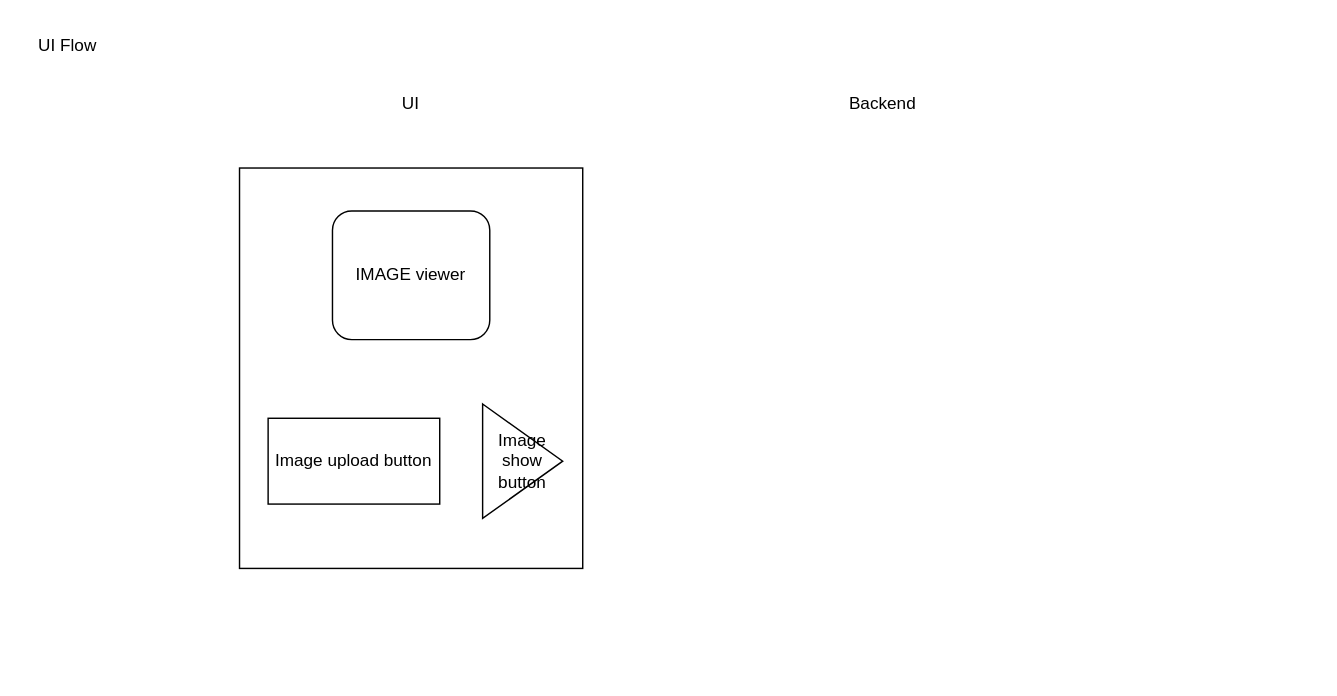
This is designx.drawio from jerryfrancis-97/designx, a draw.io file, before an edit. Source tidied: cells renumbered, new cells numbered last; positions are measured from the earlier drawing's top-left corner, leaving out a move shared by most shapes. Both pictures are drawn from the tidied source at 143%, with x=0, y=0 at pixel (24, 24).
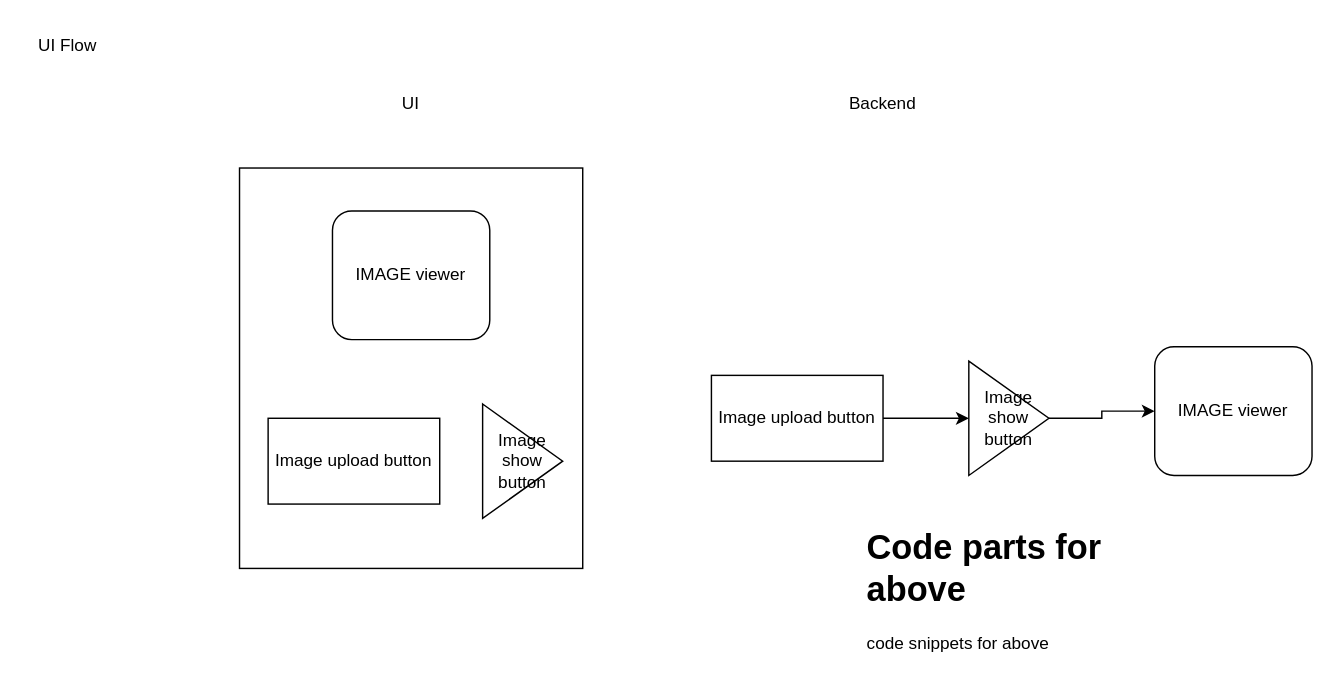
Above is the later version.

What changed in the source:
```diff
@@
 <mxGraphModel>
   <root>
     <mxCell id="0" />
     <mxCell id="1" parent="0" />
     <mxCell id="2" style="rounded=0;whiteSpace=wrap;html=1;" parent="1" vertex="1">
       <mxGeometry x="150" y="100" width="240" height="280" as="geometry" />
     </mxCell>
     <mxCell id="3" value="UI Flow" style="text;html=1;align=center;verticalAlign=middle;whiteSpace=wrap;rounded=0;" parent="1" vertex="1">
       <mxGeometry width="60" height="30" as="geometry" />
     </mxCell>
     <mxCell id="4" value="IMAGE viewer" style="rounded=1;whiteSpace=wrap;html=1;" parent="1" vertex="1">
       <mxGeometry x="215" y="130" width="110" height="90" as="geometry" />
     </mxCell>
     <mxCell id="5" value="Image show button" style="triangle;whiteSpace=wrap;html=1;" parent="1" vertex="1">
       <mxGeometry x="320" y="265" width="56" height="80" as="geometry" />
     </mxCell>
     <mxCell id="6" value="Image upload button" style="rounded=0;whiteSpace=wrap;html=1;" parent="1" vertex="1">
       <mxGeometry x="170" y="275" width="120" height="60" as="geometry" />
     </mxCell>
     <mxCell id="7" value="UI" style="text;html=1;align=center;verticalAlign=middle;whiteSpace=wrap;rounded=0;" parent="1" vertex="1">
       <mxGeometry x="240" y="40" width="60" height="30" as="geometry" />
     </mxCell>
     <mxCell id="8" value="Backend" style="text;html=1;align=center;verticalAlign=middle;whiteSpace=wrap;rounded=0;" parent="1" vertex="1">
       <mxGeometry x="570" y="40" width="60" height="30" as="geometry" />
     </mxCell>
+    <mxCell id="9" value="IMAGE viewer" style="rounded=1;whiteSpace=wrap;html=1;" parent="1" vertex="1">
+      <mxGeometry x="790" y="225" width="110" height="90" as="geometry" />
+    </mxCell>
+    <mxCell id="10" style="edgeStyle=orthogonalEdgeStyle;rounded=0;jettySize=auto;html=1;" parent="1" edge="1" source="11" target="9">
+      <mxGeometry relative="1" as="geometry" />
+    </mxCell>
+    <mxCell id="11" value="Image show button" style="triangle;whiteSpace=wrap;html=1;" parent="1" vertex="1">
+      <mxGeometry x="660" y="235" width="56" height="80" as="geometry" />
+    </mxCell>
+    <mxCell id="12" style="edgeStyle=orthogonalEdgeStyle;rounded=0;jettySize=auto;html=1;" parent="1" edge="1" source="13" target="11">
+      <mxGeometry relative="1" as="geometry" />
+    </mxCell>
+    <mxCell id="13" value="Image upload button" style="rounded=0;whiteSpace=wrap;html=1;" parent="1" vertex="1">
+      <mxGeometry x="480" y="245" width="120" height="60" as="geometry" />
+    </mxCell>
+    <mxCell id="14" value="&lt;h1 style=&quot;margin-top: 0px;&quot;&gt;Code parts for above&lt;/h1&gt;&lt;div&gt;code snippets for above&lt;/div&gt;" style="text;html=1;whiteSpace=wrap;overflow=hidden;rounded=0;" parent="1" vertex="1">
+      <mxGeometry x="587" y="345" width="223" height="105" as="geometry" />
+    </mxCell>
   </root>
 </mxGraphModel>
```
